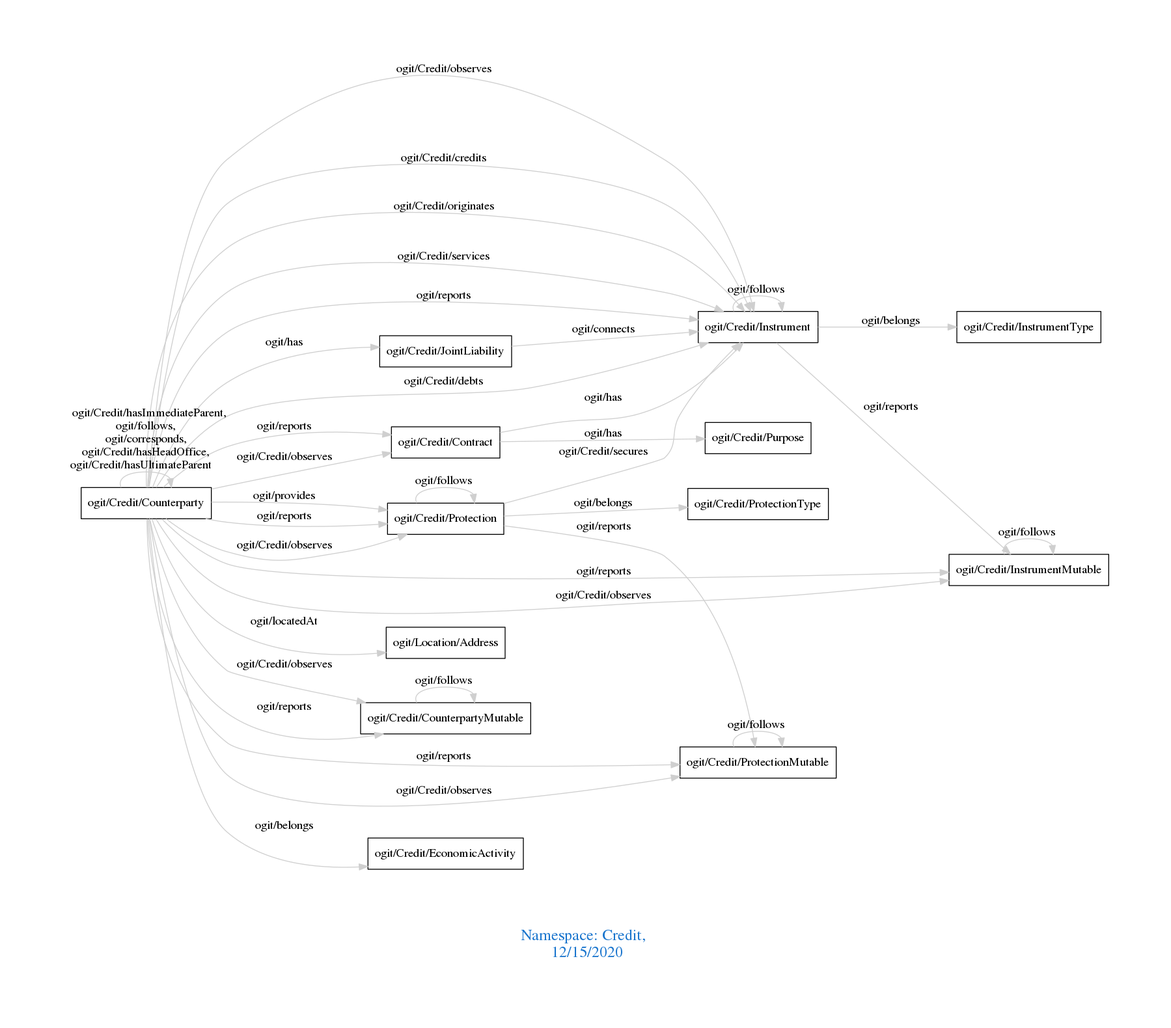
Earlier version of the Graphviz export downloads/Credit.png (arago/OGIT). Its source is kept beside it as downloads/Credit.dot.
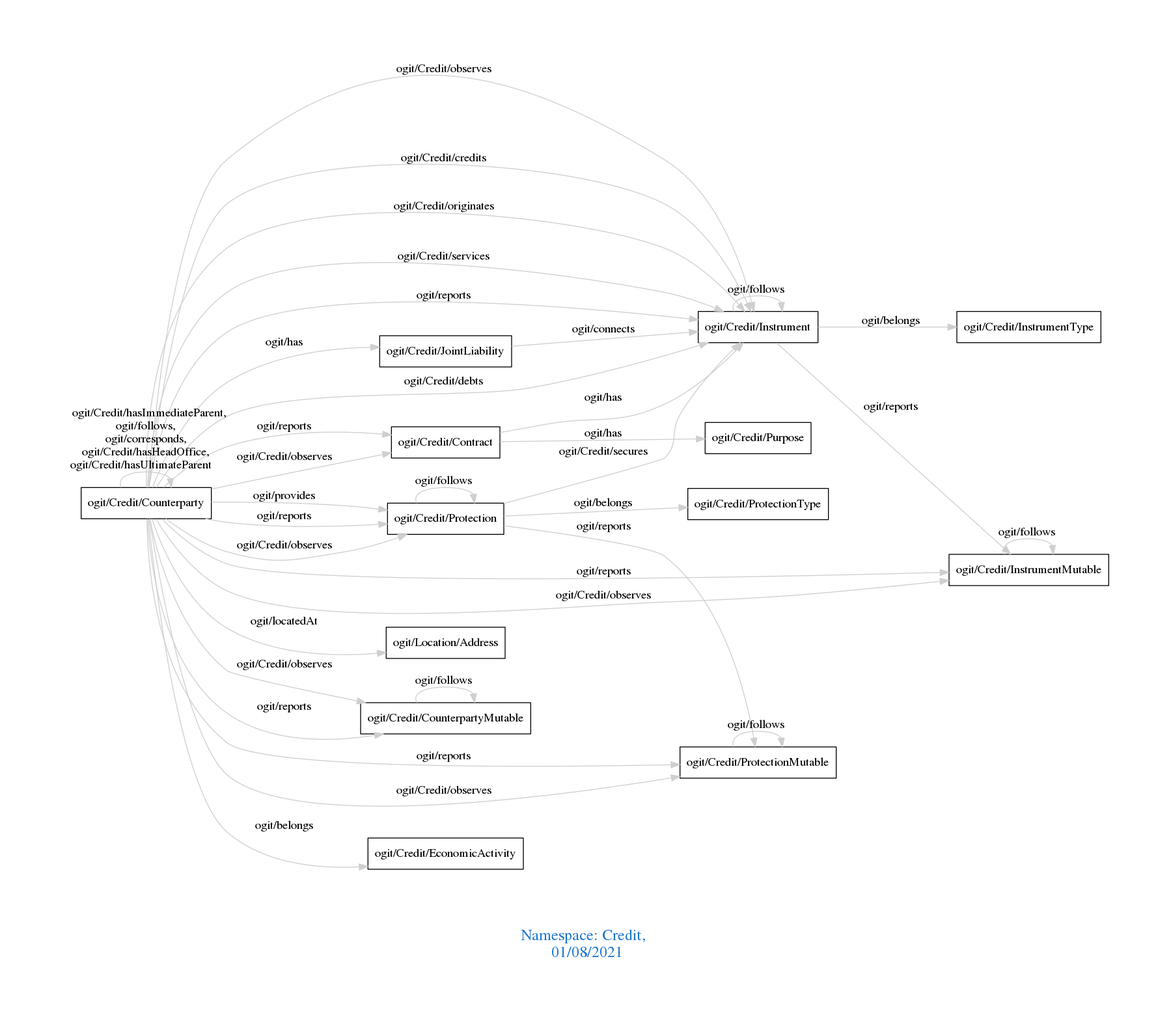
Above is the later version.

The edit, as a diff of the source:
```diff
@@ -1,7 +1,7 @@
 digraph OGIT_ontology {
  graph [ rankdir= LR,pad=1
 fontsize = 18,
-fontcolor= dodgerblue3,label = "\n\n\nNamespace: Credit, \n 12/15/2020"];
+fontcolor= dodgerblue3,label = "\n\n\nNamespace: Credit, \n 01/08/2021"];
 node[shape=polygon];
 edge [  color="gray81"];
 
```
